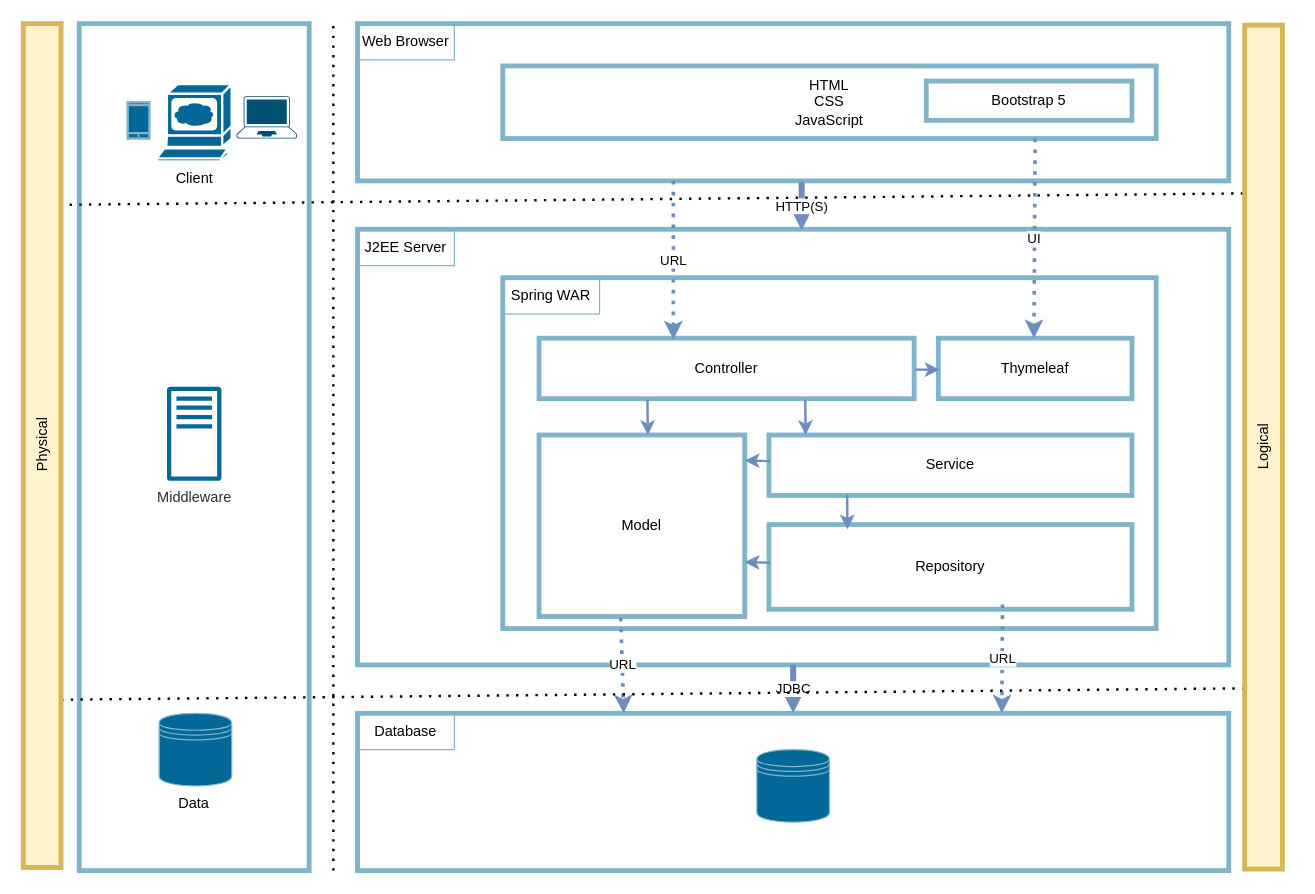
This is documents/diagrams/Architecture.drawio from lamthaithanhlong/student-project, a draw.io file, before an edit. Source tidied: cells renumbered, new cells numbered last; positions are measured from the earlier drawing's top-left corner, leaving out a move shared by most shapes. Both pictures are drawn from the tidied source at 121%, with x=0, y=0 at pixel (-380, 23).
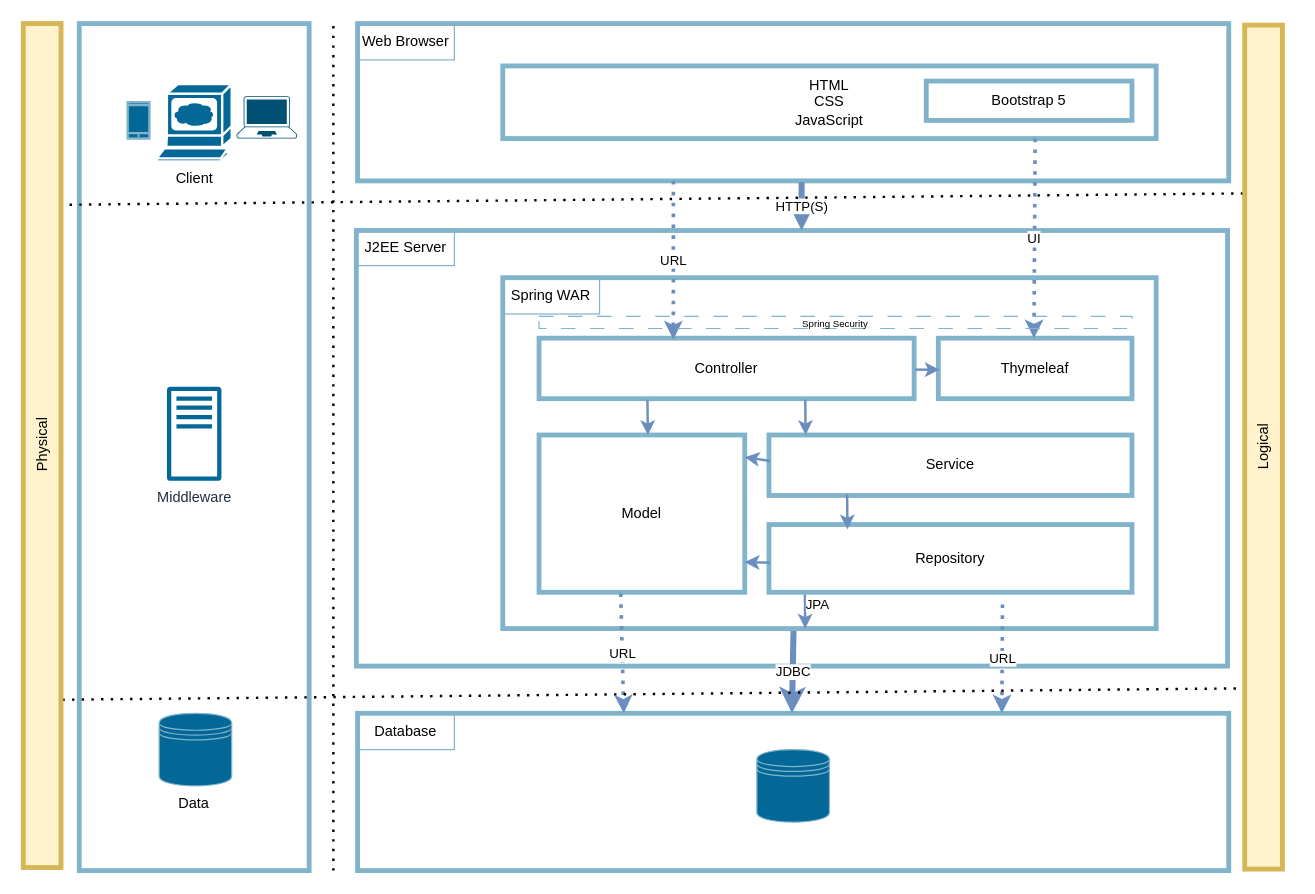
The same diagram, later.

The change refers to these unchanged cells:
```xml
<mxCell id="12" style="rounded=0;whiteSpace=wrap;html=1;strokeColor=#81b4cb;fillColor=none;strokeWidth=4;" parent="1" vertex="1">
  <mxGeometry x="609" y="570" width="720" height="130" as="geometry" />
</mxCell>
```

What changed in the source:
```diff
@@
     <mxCell id="11" style="rounded=0;whiteSpace=wrap;html=1;strokeColor=#81b4cb;fillColor=none;strokeWidth=4;" parent="1" vertex="1">
-      <mxGeometry x="609" y="170" width="720" height="360" as="geometry" />
+      <mxGeometry x="608" y="171" width="720" height="360" as="geometry" />
     </mxCell>
@@
-    <mxCell id="17" value="JDBC" style="endArrow=classic;html=1;rounded=0;entryX=0.5;entryY=0;entryDx=0;entryDy=0;exitX=0.5;exitY=1;exitDx=0;exitDy=0;fillColor=#dae8fc;strokeColor=#6c8ebf;strokeWidth=5;" parent="1" edge="1" source="11" target="12">
-      <mxGeometry relative="1" as="geometry" />
+    <mxCell id="17" value="JDBC" style="endArrow=classic;html=1;rounded=0;entryX=0.5;entryY=0;entryDx=0;entryDy=0;exitX=0.469;exitY=1.007;exitDx=0;exitDy=0;fillColor=#dae8fc;strokeColor=#6c8ebf;strokeWidth=5;exitPerimeter=0;" parent="1" edge="1">
+      <mxGeometry relative="1" as="geometry">
+        <mxPoint x="969.3" y="502" as="sourcePoint" />
+        <mxPoint x="968" y="570" as="targetPoint" />
+      </mxGeometry>
     </mxCell>
@@
-    <mxCell id="26" value="UI" style="endArrow=classic;html=1;rounded=0;entryX=0.358;entryY=0.02;entryDx=0;entryDy=0;exitX=0.263;exitY=1.017;exitDx=0;exitDy=0;fillColor=#dae8fc;strokeColor=#6c8ebf;strokeWidth=3;entryPerimeter=0;exitPerimeter=0;dashed=1;dashPattern=1 2;" parent="1" edge="1">
-      <mxGeometry relative="1" as="geometry">
-        <mxPoint x="1169" y="95" as="sourcePoint" />
-        <mxPoint x="1168" y="260" as="targetPoint" />
-      </mxGeometry>
-    </mxCell>
@@
     <mxCell id="28" value="Repository" style="rounded=0;whiteSpace=wrap;html=1;strokeColor=#81b4cb;strokeWidth=4;fillColor=none;" parent="1" vertex="1">
-      <mxGeometry x="949" y="414" width="300" height="70" as="geometry" />
+      <mxGeometry x="949" y="414" width="300" height="56" as="geometry" />
     </mxCell>
     <mxCell id="29" value="Model" style="rounded=0;whiteSpace=wrap;html=1;strokeColor=#81b4cb;strokeWidth=4;fillColor=none;" parent="1" vertex="1">
-      <mxGeometry x="759" y="340" width="170" height="150" as="geometry" />
+      <mxGeometry x="759" y="340" width="170" height="130" as="geometry" />
     </mxCell>
+    <mxCell id="26" value="UI" style="endArrow=classic;html=1;rounded=0;entryX=0.358;entryY=0.02;entryDx=0;entryDy=0;exitX=0.263;exitY=1.017;exitDx=0;exitDy=0;fillColor=#dae8fc;strokeColor=#6c8ebf;strokeWidth=3;entryPerimeter=0;exitPerimeter=0;dashed=1;dashPattern=1 2;" parent="1" edge="1">
+      <mxGeometry relative="1" as="geometry">
+        <mxPoint x="1169" y="95" as="sourcePoint" />
+        <mxPoint x="1168" y="260" as="targetPoint" />
+      </mxGeometry>
+    </mxCell>
@@
     <mxCell id="39" style="endArrow=none;dashed=1;html=1;dashPattern=1 3;strokeWidth=2;rounded=0;" parent="1" edge="1">
       <mxGeometry relative="1" as="geometry">
-        <mxPoint x="340" y="559" as="sourcePoint" />
-        <mxPoint x="1380" y="549" as="targetPoint" />
+        <mxPoint x="341" y="559" as="sourcePoint" />
+        <mxPoint x="1381" y="549" as="targetPoint" />
       </mxGeometry>
     </mxCell>
@@
+    <mxCell id="42" value="&lt;font style=&quot;font-size: 8px;&quot;&gt;Spring Security&lt;/font&gt;" style="rounded=0;whiteSpace=wrap;html=1;fillColor=none;dashed=1;dashPattern=12 12;strokeColor=#81b4cb;" parent="1" vertex="1">
+      <mxGeometry x="759" y="242" width="490" height="10" as="geometry" />
+    </mxCell>
+    <mxCell id="43" value="JPA" style="endArrow=classic;html=1;rounded=0;fillColor=#dae8fc;strokeColor=#6c8ebf;strokeWidth=2;exitX=0.099;exitY=1.034;exitDx=0;exitDy=0;exitPerimeter=0;" parent="1" edge="1" source="28">
+      <mxGeometry x="-0.42" y="10" relative="1" as="geometry">
+        <mxPoint x="979" y="500" as="targetPoint" />
+      </mxGeometry>
+    </mxCell>
```
